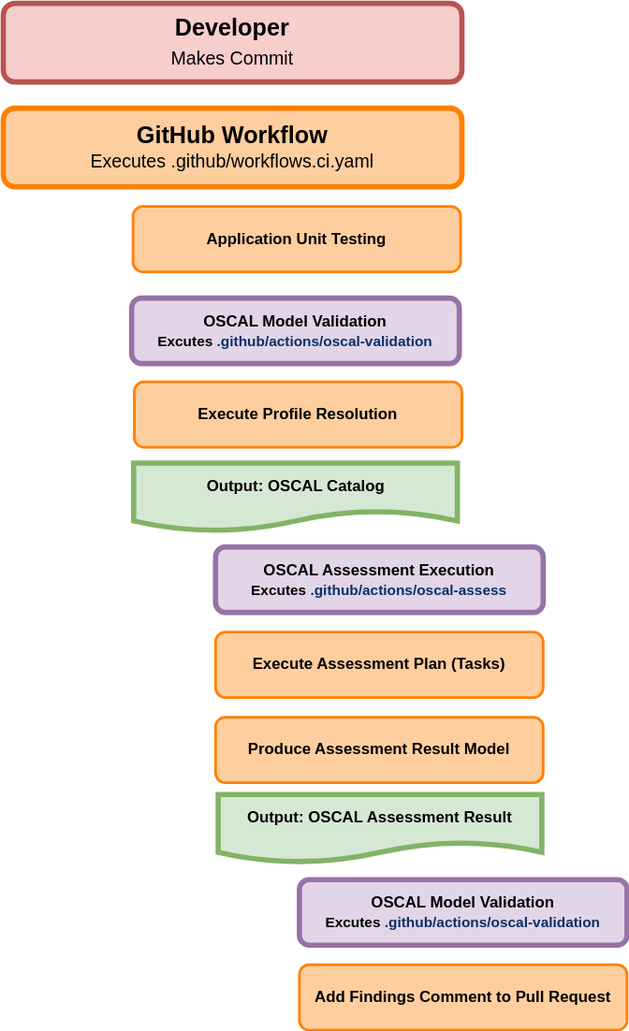
The draw.io diagram docs/diagrams/Concept.drawio.svg in usnistgov/blossom-case-study, before a commit. Source tidied: cells renumbered, new cells last; positions are measured from the earlier drawing's top-left corner, leaving out a move shared by most shapes.
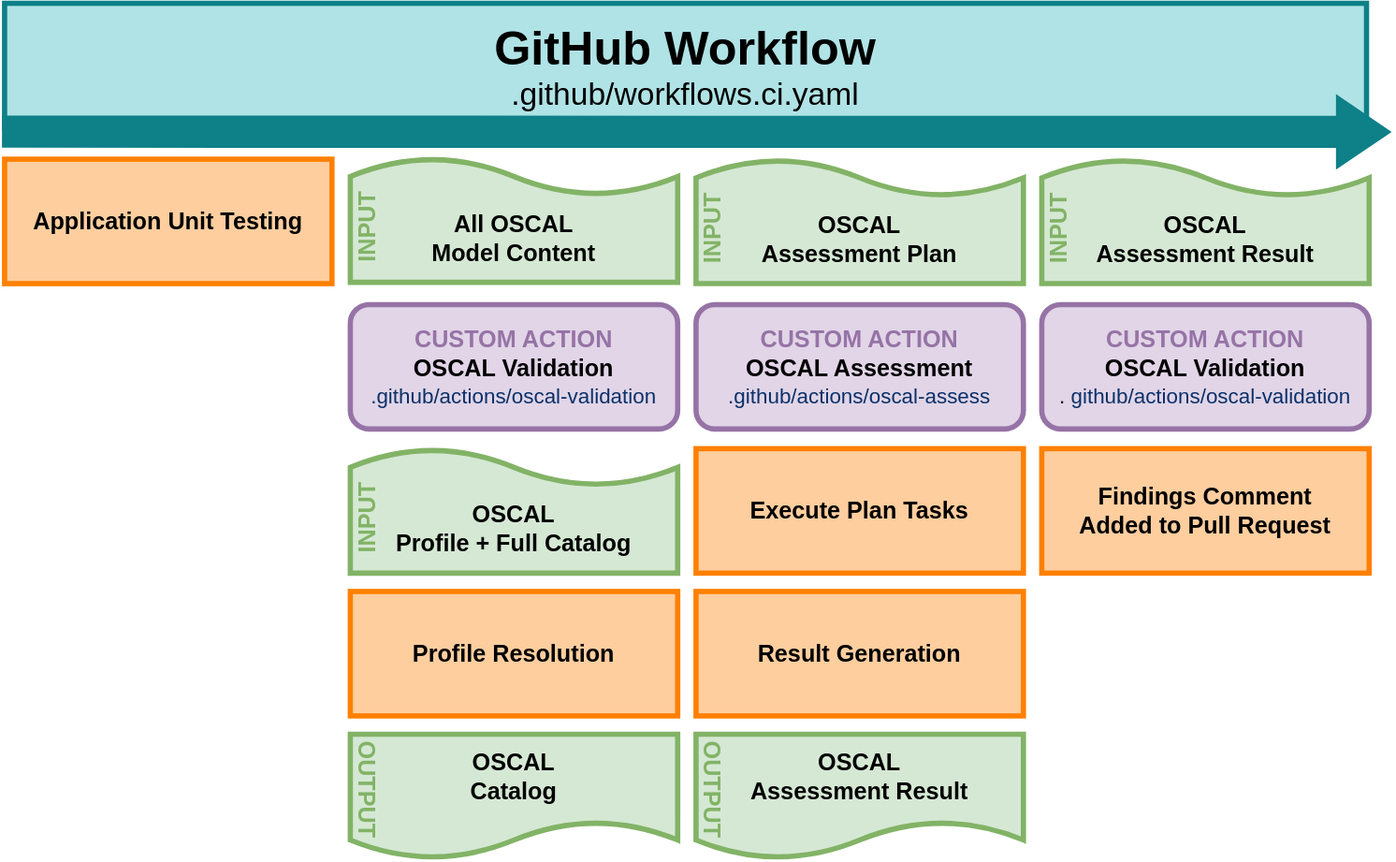
After the change.

Commit message:
Update README and Concept Diagram

What changed in the source:
```diff
@@ -2,41 +2,92 @@
   <root>
     <mxCell id="0" />
     <mxCell id="1" parent="0" />
-    <mxCell id="2" value="&lt;font&gt;&lt;b style=&quot;font-size: 18px&quot;&gt;Developer &lt;/b&gt;&lt;br&gt;&lt;font style=&quot;font-size: 14px&quot;&gt;Makes Commit&lt;/font&gt;&lt;/font&gt;" style="rounded=1;whiteSpace=wrap;html=1;fillColor=#f8cecc;strokeColor=#b85450;strokeWidth=4;fontSize=18;fontColor=#000000;" parent="1" vertex="1">
-      <mxGeometry width="350" height="60" as="geometry" />
-    </mxCell>
-    <mxCell id="3" value="&lt;font&gt;&lt;b&gt;&lt;font style=&quot;font-size: 18px&quot;&gt;GitHub Workflow&lt;/font&gt;&lt;/b&gt;&lt;br&gt;Executes .github/workflows.ci.yaml&lt;br&gt;&lt;/font&gt;" style="rounded=1;whiteSpace=wrap;html=1;fillColor=#FFCE9F;strokeColor=#FF8000;strokeWidth=4;fontSize=14;fontColor=#000000;" parent="1" vertex="1">
-      <mxGeometry y="80" width="350" height="60" as="geometry" />
+    <mxCell id="3" value="&lt;font&gt;&lt;font&gt;&lt;b&gt;&lt;font style=&quot;font-size: 36px&quot;&gt;GitHub Workflow&lt;/font&gt;&lt;br&gt;&lt;/b&gt;&lt;/font&gt;&lt;font style=&quot;font-size: 24px&quot;&gt;.github/workflows.ci.yaml&lt;/font&gt;&lt;br&gt;&lt;/font&gt;" style="rounded=0;whiteSpace=wrap;html=1;fillColor=#b0e3e6;strokeColor=#0e8088;strokeWidth=4;fontSize=12;fontColor=#000000;" parent="1" vertex="1">
+      <mxGeometry x="-233" y="45" width="1040" height="95" as="geometry" />
     </mxCell>
-    <mxCell id="4" value="&lt;b style=&quot;font-size: 12px;&quot;&gt;Application Unit Testing&lt;/b&gt;" style="rounded=1;whiteSpace=wrap;html=1;fillColor=#FFCE9F;strokeColor=#FF8000;strokeWidth=2;fontSize=12;fontColor=#000000;flipV=1;" parent="1" vertex="1">
-      <mxGeometry x="99" y="155" width="250" height="50" as="geometry" />
+    <mxCell id="4" value="&lt;b style=&quot;font-size: 18px;&quot;&gt;Application Unit Testing&lt;/b&gt;" style="rounded=0;whiteSpace=wrap;html=1;fillColor=#FFCE9F;strokeColor=#FF8000;strokeWidth=4;fontSize=18;fontColor=#000000;flipV=1;" parent="1" vertex="1">
+      <mxGeometry x="-233" y="164" width="250" height="95" as="geometry" />
     </mxCell>
-    <mxCell id="5" value="&lt;b style=&quot;font-size: 12px&quot;&gt;OSCAL Model Validation&lt;/b&gt;&lt;br&gt;&lt;b style=&quot;font-size: 11px&quot;&gt;&lt;span style=&quot;font-size: 11px&quot;&gt;Excutes&lt;/span&gt;&lt;font style=&quot;font-size: 11px&quot;&gt;&amp;nbsp;&lt;/font&gt;&lt;/b&gt;&lt;span style=&quot;color: rgb(10 , 48 , 105) ; font-family: , , &amp;#34;sf mono&amp;#34; , &amp;#34;menlo&amp;#34; , &amp;#34;consolas&amp;#34; , &amp;#34;liberation mono&amp;#34; , monospace ; font-size: 11px&quot;&gt;&lt;b&gt;&lt;font style=&quot;font-size: 11px&quot;&gt;.github/actions/oscal-validation&lt;/font&gt;&lt;/b&gt;&lt;/span&gt;&lt;span style=&quot;font-size: 12px&quot;&gt;&lt;b style=&quot;font-size: 12px&quot;&gt;&lt;br&gt;&lt;/b&gt;&lt;/span&gt;" style="rounded=1;whiteSpace=wrap;html=1;fillColor=#e1d5e7;strokeColor=#9673a6;strokeWidth=4;fontSize=12;fontColor=#000000;flipV=0;" parent="1" vertex="1">
-      <mxGeometry x="98" y="225" width="250" height="50" as="geometry" />
+    <mxCell id="5" value="&lt;b&gt;&lt;font style=&quot;font-size: 18px&quot;&gt;&lt;font color=&quot;#9673a6&quot;&gt;CUSTOM ACTION&lt;/font&gt;&lt;br&gt;OSCAL Validation&lt;/font&gt;&lt;/b&gt;&lt;br&gt;&lt;span style=&quot;color: rgb(10 , 48 , 105)&quot;&gt;&lt;font style=&quot;font-size: 16px&quot;&gt;.github/actions/oscal-validation&lt;/font&gt;&lt;/span&gt;&lt;span style=&quot;font-size: 12px&quot;&gt;&lt;b style=&quot;font-size: 12px&quot;&gt;&lt;br&gt;&lt;/b&gt;&lt;/span&gt;" style="rounded=1;whiteSpace=wrap;html=1;fillColor=#e1d5e7;strokeColor=#9673a6;strokeWidth=4;fontSize=12;fontColor=#000000;flipV=0;perimeterSpacing=0;shadow=0;" parent="1" vertex="1">
+      <mxGeometry x="31" y="275" width="250" height="95" as="geometry" />
     </mxCell>
-    <mxCell id="6" value="&lt;span style=&quot;font-size: 12px&quot;&gt;&lt;b style=&quot;font-size: 12px&quot;&gt;Execute Assessment Plan (Tasks)&lt;br&gt;&lt;/b&gt;&lt;/span&gt;" style="rounded=1;whiteSpace=wrap;html=1;fillColor=#FFCE9F;strokeColor=#FF8000;strokeWidth=2;fontSize=12;fontColor=#000000;flipV=0;" parent="1" vertex="1">
-      <mxGeometry x="162" y="480" width="250" height="50" as="geometry" />
+    <mxCell id="6" value="&lt;span style=&quot;font-size: 18px&quot;&gt;&lt;b style=&quot;font-size: 18px&quot;&gt;Execute Plan Tasks&lt;br style=&quot;font-size: 18px&quot;&gt;&lt;/b&gt;&lt;/span&gt;" style="rounded=0;whiteSpace=wrap;html=1;fillColor=#FFCE9F;strokeColor=#FF8000;strokeWidth=4;fontSize=18;fontColor=#000000;flipV=0;" parent="1" vertex="1">
+      <mxGeometry x="295" y="385" width="250" height="95" as="geometry" />
     </mxCell>
-    <mxCell id="7" value="&lt;span style=&quot;font-size: 12px&quot;&gt;&lt;b style=&quot;font-size: 12px&quot;&gt;Produce Assessment Result Model&lt;/b&gt;&lt;/span&gt;" style="rounded=1;whiteSpace=wrap;html=1;fillColor=#FFCE9F;strokeColor=#FF8000;strokeWidth=2;fontSize=12;fontColor=#000000;flipV=0;" parent="1" vertex="1">
-      <mxGeometry x="162" y="545" width="250" height="50" as="geometry" />
+    <mxCell id="7" value="&lt;span style=&quot;font-size: 18px&quot;&gt;&lt;b style=&quot;font-size: 18px&quot;&gt;Result Generation&lt;/b&gt;&lt;/span&gt;" style="rounded=0;whiteSpace=wrap;html=1;fillColor=#FFCE9F;strokeColor=#FF8000;strokeWidth=4;fontSize=18;fontColor=#000000;flipV=0;" parent="1" vertex="1">
+      <mxGeometry x="295" y="494" width="250" height="95" as="geometry" />
     </mxCell>
-    <mxCell id="8" value="&lt;font style=&quot;font-size: 12px&quot;&gt;Output: OSCAL Assessment Result&lt;/font&gt;" style="shape=document;whiteSpace=wrap;html=1;boundedLbl=1;fontSize=12;strokeWidth=4;fontStyle=1;fillColor=#d5e8d4;strokeColor=#82b366;fontColor=#000000;rounded=1;flipV=0;" parent="1" vertex="1">
-      <mxGeometry x="164" y="604" width="247" height="52" as="geometry" />
-    </mxCell>
-    <mxCell id="9" value="&lt;b style=&quot;font-size: 12px&quot;&gt;OSCAL Assessment Execution&lt;/b&gt;&lt;br&gt;&lt;b style=&quot;font-size: 11px&quot;&gt;&lt;span style=&quot;font-size: 11px&quot;&gt;Excutes&lt;/span&gt;&lt;font style=&quot;font-size: 11px&quot;&gt;&amp;nbsp;&lt;/font&gt;&lt;/b&gt;&lt;span style=&quot;color: rgb(10 , 48 , 105) ; font-family: , , &amp;#34;sf mono&amp;#34; , &amp;#34;menlo&amp;#34; , &amp;#34;consolas&amp;#34; , &amp;#34;liberation mono&amp;#34; , monospace ; font-size: 11px&quot;&gt;&lt;b&gt;&lt;font style=&quot;font-size: 11px&quot;&gt;.github/actions/oscal-assess&lt;/font&gt;&lt;/b&gt;&lt;/span&gt;&lt;span style=&quot;font-size: 12px&quot;&gt;&lt;b style=&quot;font-size: 12px&quot;&gt;&lt;br&gt;&lt;/b&gt;&lt;/span&gt;" style="rounded=1;whiteSpace=wrap;html=1;fillColor=#e1d5e7;strokeColor=#9673a6;strokeWidth=4;fontSize=12;fontColor=#000000;flipV=0;" parent="1" vertex="1">
-      <mxGeometry x="162" y="415" width="250" height="50" as="geometry" />
+    <mxCell id="9" value="&lt;b&gt;&lt;font style=&quot;font-size: 18px&quot;&gt;&lt;font color=&quot;#9673a6&quot;&gt;CUSTOM ACTION&lt;/font&gt;&lt;br&gt;&lt;/font&gt;&lt;/b&gt;&lt;b&gt;&lt;font style=&quot;font-size: 18px&quot;&gt;OSCAL Assessment&amp;nbsp;&lt;/font&gt;&lt;/b&gt;&lt;br&gt;&lt;span style=&quot;color: rgb(10 , 48 , 105)&quot;&gt;&lt;font style=&quot;font-size: 16px&quot;&gt;.github/actions/oscal-assess&lt;/font&gt;&lt;/span&gt;&lt;span style=&quot;font-size: 12px&quot;&gt;&lt;b style=&quot;font-size: 12px&quot;&gt;&lt;br&gt;&lt;/b&gt;&lt;/span&gt;" style="rounded=1;whiteSpace=wrap;html=1;fillColor=#e1d5e7;strokeColor=#9673a6;strokeWidth=4;fontSize=12;fontColor=#000000;flipV=0;perimeterSpacing=0;shadow=0;" parent="1" vertex="1">
+      <mxGeometry x="295" y="275" width="250" height="95" as="geometry" />
     </mxCell>
-    <mxCell id="10" value="&lt;span style=&quot;font-size: 12px&quot;&gt;&lt;span style=&quot;font-size: 12px&quot;&gt;&lt;b&gt;Execute Profile Resolution&lt;/b&gt;&lt;br&gt;&lt;/span&gt;&lt;/span&gt;" style="rounded=1;whiteSpace=wrap;html=1;fillColor=#FFCE9F;strokeColor=#FF8000;strokeWidth=2;fontSize=12;fontColor=#000000;flipV=0;" parent="1" vertex="1">
-      <mxGeometry x="100" y="289" width="250" height="50" as="geometry" />
+    <mxCell id="10" value="&lt;span style=&quot;font-size: 18px&quot;&gt;&lt;span style=&quot;font-size: 18px&quot;&gt;&lt;b style=&quot;font-size: 18px&quot;&gt;Profile Resolution&lt;/b&gt;&lt;br style=&quot;font-size: 18px&quot;&gt;&lt;/span&gt;&lt;/span&gt;" style="rounded=0;whiteSpace=wrap;html=1;fillColor=#FFCE9F;strokeColor=#FF8000;strokeWidth=4;fontSize=18;fontColor=#000000;flipV=0;" parent="1" vertex="1">
+      <mxGeometry x="31" y="494" width="250" height="95" as="geometry" />
     </mxCell>
-    <mxCell id="11" value="&lt;b style=&quot;font-size: 12px&quot;&gt;OSCAL Model Validation&lt;/b&gt;&lt;br&gt;&lt;b style=&quot;font-size: 11px&quot;&gt;&lt;span style=&quot;font-size: 11px&quot;&gt;Excutes&lt;/span&gt;&lt;font style=&quot;font-size: 11px&quot;&gt;&amp;nbsp;&lt;/font&gt;&lt;/b&gt;&lt;span style=&quot;color: rgb(10 , 48 , 105) ; font-family: , , &amp;#34;sf mono&amp;#34; , &amp;#34;menlo&amp;#34; , &amp;#34;consolas&amp;#34; , &amp;#34;liberation mono&amp;#34; , monospace ; font-size: 11px&quot;&gt;&lt;b&gt;&lt;font style=&quot;font-size: 11px&quot;&gt;.github/actions/oscal-validation&lt;/font&gt;&lt;/b&gt;&lt;/span&gt;&lt;span style=&quot;font-size: 12px&quot;&gt;&lt;b style=&quot;font-size: 12px&quot;&gt;&lt;br&gt;&lt;/b&gt;&lt;/span&gt;" style="rounded=1;whiteSpace=wrap;html=1;fillColor=#e1d5e7;strokeColor=#9673a6;strokeWidth=4;fontSize=12;fontColor=#000000;flipV=0;" parent="1" vertex="1">
-      <mxGeometry x="226" y="669" width="250" height="50" as="geometry" />
+    <mxCell id="11" value="&lt;b&gt;&lt;font style=&quot;font-size: 18px&quot; color=&quot;#9673a6&quot;&gt;CUSTOM ACTION&lt;/font&gt;&lt;/b&gt;&lt;b&gt;&lt;font style=&quot;font-size: 18px&quot;&gt;&lt;br&gt;OSCAL Validation&lt;/font&gt;&lt;/b&gt;&lt;br&gt;&lt;span style=&quot;font-size: 11px&quot;&gt;&lt;span style=&quot;font-size: 16px&quot;&gt;&lt;font style=&quot;font-size: 16px&quot;&gt;.&lt;font color=&quot;#0a3069&quot; style=&quot;font-size: 16px&quot;&gt;github/actions/oscal-validation&lt;/font&gt;&lt;/font&gt;&lt;/span&gt;&lt;/span&gt;&lt;span style=&quot;font-size: 12px&quot;&gt;&lt;b style=&quot;font-size: 12px&quot;&gt;&lt;br&gt;&lt;/b&gt;&lt;/span&gt;" style="rounded=1;whiteSpace=wrap;html=1;fillColor=#e1d5e7;strokeColor=#9673a6;strokeWidth=4;fontSize=12;fontColor=#000000;flipV=0;perimeterSpacing=0;shadow=0;" parent="1" vertex="1">
+      <mxGeometry x="559" y="275" width="250" height="95" as="geometry" />
     </mxCell>
-    <mxCell id="12" value="&lt;span style=&quot;font-size: 12px&quot;&gt;&lt;b style=&quot;font-size: 12px&quot;&gt;Add Findings Comment to Pull Request&lt;br&gt;&lt;/b&gt;&lt;/span&gt;" style="rounded=1;whiteSpace=wrap;html=1;fillColor=#FFCE9F;strokeColor=#FF8000;strokeWidth=2;fontSize=12;fontColor=#000000;flipV=0;" parent="1" vertex="1">
-      <mxGeometry x="226" y="734" width="250" height="50" as="geometry" />
+    <mxCell id="12" value="&lt;span style=&quot;font-size: 18px&quot;&gt;&lt;b style=&quot;font-size: 18px&quot;&gt;Findings Comment &lt;br&gt;Added to Pull Request&lt;br style=&quot;font-size: 18px&quot;&gt;&lt;/b&gt;&lt;/span&gt;" style="rounded=0;whiteSpace=wrap;html=1;fillColor=#FFCE9F;strokeColor=#FF8000;strokeWidth=4;fontSize=18;fontColor=#000000;flipV=0;" parent="1" vertex="1">
+      <mxGeometry x="559" y="385" width="250" height="95" as="geometry" />
     </mxCell>
-    <mxCell id="13" value="&lt;font style=&quot;font-size: 12px&quot;&gt;Output: OSCAL Catalog&lt;/font&gt;" style="shape=document;whiteSpace=wrap;html=1;boundedLbl=1;fontSize=12;strokeWidth=4;fontStyle=1;fillColor=#d5e8d4;strokeColor=#82b366;fontColor=#000000;rounded=1;flipV=0;" parent="1" vertex="1">
-      <mxGeometry x="99.5" y="351" width="247" height="52" as="geometry" />
-    </mxCell>
+    <mxCell id="14" style="group;" parent="1" vertex="1">
+      <mxGeometry x="295" y="603" width="250" height="95" as="geometry" />
+    </mxCell>
+    <mxCell id="8" value="&lt;font style=&quot;font-size: 18px&quot;&gt;OSCAL&lt;br&gt;Assessment Result&lt;/font&gt;" style="shape=document;whiteSpace=wrap;html=1;boundedLbl=1;fontSize=18;strokeWidth=4;fontStyle=1;fillColor=#d5e8d4;strokeColor=#82b366;fontColor=#000000;rounded=1;flipV=0;" parent="14" vertex="1">
+      <mxGeometry width="250" height="95" as="geometry" />
+    </mxCell>
+    <mxCell id="15" value="OUTPUT" style="text;html=1;align=center;verticalAlign=middle;strokeColor=none;fillColor=none;fontSize=18;fontColor=#82B366;fontStyle=1;rotation=90;" parent="14" vertex="1">
+      <mxGeometry x="-29.4" y="28.7" width="84" height="26" as="geometry" />
+    </mxCell>
+    <mxCell id="16" style="group;" parent="1" vertex="1">
+      <mxGeometry x="31" y="603" width="250" height="95" as="geometry" />
+    </mxCell>
+    <mxCell id="17" value="&lt;font style=&quot;font-size: 18px&quot;&gt;OSCAL&lt;br&gt;Catalog&lt;/font&gt;" style="shape=document;whiteSpace=wrap;html=1;boundedLbl=1;fontSize=18;strokeWidth=4;fontStyle=1;fillColor=#d5e8d4;strokeColor=#82b366;fontColor=#000000;rounded=1;flipV=0;" parent="16" vertex="1">
+      <mxGeometry width="250" height="95" as="geometry" />
+    </mxCell>
+    <mxCell id="18" value="OUTPUT" style="text;html=1;align=center;verticalAlign=middle;strokeColor=none;fillColor=none;fontSize=18;fontColor=#82B366;fontStyle=1;rotation=90;" parent="16" vertex="1">
+      <mxGeometry x="-29.4" y="28.7" width="84" height="26" as="geometry" />
+    </mxCell>
+    <mxCell id="19" style="group;flipV=1;" parent="1" vertex="1">
+      <mxGeometry x="31" y="163" width="250" height="95" as="geometry" />
+    </mxCell>
+    <mxCell id="20" value="&lt;font style=&quot;font-size: 18px&quot;&gt;All OSCAL&lt;br&gt;Model Content&lt;/font&gt;" style="shape=document;whiteSpace=wrap;html=1;boundedLbl=1;fontSize=18;strokeWidth=4;fontStyle=1;fillColor=#d5e8d4;strokeColor=#82b366;fontColor=#000000;rounded=1;flipV=1;" parent="19" vertex="1">
+      <mxGeometry width="250" height="95" as="geometry" />
+    </mxCell>
+    <mxCell id="21" value="INPUT" style="text;html=1;align=center;verticalAlign=middle;strokeColor=none;fillColor=none;fontSize=18;fontColor=#82B366;fontStyle=1;rotation=-90;" parent="19" vertex="1">
+      <mxGeometry x="-19.2" y="40.6" width="64" height="26" as="geometry" />
+    </mxCell>
+    <mxCell id="22" style="group;flipV=1;" parent="1" vertex="1">
+      <mxGeometry x="559" y="164" width="250" height="95" as="geometry" />
+    </mxCell>
+    <mxCell id="23" value="OSCAL &lt;br&gt;Assessment Result" style="shape=document;whiteSpace=wrap;html=1;boundedLbl=1;fontSize=18;strokeWidth=4;fontStyle=1;fillColor=#d5e8d4;strokeColor=#82b366;fontColor=#000000;rounded=1;flipV=1;" parent="22" vertex="1">
+      <mxGeometry width="250" height="95" as="geometry" />
+    </mxCell>
+    <mxCell id="24" value="INPUT" style="text;html=1;align=center;verticalAlign=middle;strokeColor=none;fillColor=none;fontSize=18;fontColor=#82B366;fontStyle=1;rotation=-90;" parent="22" vertex="1">
+      <mxGeometry x="-19.2" y="40.6" width="64" height="26" as="geometry" />
+    </mxCell>
+    <mxCell id="25" style="group;flipV=1;" parent="1" vertex="1">
+      <mxGeometry x="295" y="164" width="250" height="95" as="geometry" />
+    </mxCell>
+    <mxCell id="26" value="OSCAL &lt;br&gt;Assessment Plan" style="shape=document;whiteSpace=wrap;html=1;boundedLbl=1;fontSize=18;strokeWidth=4;fontStyle=1;fillColor=#d5e8d4;strokeColor=#82b366;fontColor=#000000;rounded=1;flipV=1;" parent="25" vertex="1">
+      <mxGeometry width="250" height="95" as="geometry" />
+    </mxCell>
+    <mxCell id="27" value="INPUT" style="text;html=1;align=center;verticalAlign=middle;strokeColor=none;fillColor=none;fontSize=18;fontColor=#82B366;fontStyle=1;rotation=-90;" parent="25" vertex="1">
+      <mxGeometry x="-19.2" y="40.6" width="64" height="26" as="geometry" />
+    </mxCell>
+    <mxCell id="28" style="group;flipV=1;" parent="1" vertex="1">
+      <mxGeometry x="31" y="385" width="250" height="95" as="geometry" />
+    </mxCell>
+    <mxCell id="29" value="OSCAL&lt;br&gt;Profile + Full Catalog" style="shape=document;whiteSpace=wrap;html=1;boundedLbl=1;fontSize=18;strokeWidth=4;fontStyle=1;fillColor=#d5e8d4;strokeColor=#82b366;fontColor=#000000;rounded=1;flipV=1;" parent="28" vertex="1">
+      <mxGeometry width="250" height="95" as="geometry" />
+    </mxCell>
+    <mxCell id="30" value="INPUT" style="text;html=1;align=center;verticalAlign=middle;strokeColor=none;fillColor=none;fontSize=18;fontColor=#82B366;fontStyle=1;rotation=-90;" parent="28" vertex="1">
+      <mxGeometry x="-19.2" y="40.6" width="64" height="26" as="geometry" />
+    </mxCell>
+    <mxCell id="31" style="shape=flexArrow;endArrow=classic;html=1;rounded=1;fontSize=12;fillColor=#0E8088;strokeColor=none;strokeWidth=4;endWidth=29.23076923076923;endSize=12.846153846153845;width=21.538461538461537;entryX=0.98;entryY=1.023;entryDx=0;entryDy=0;entryPerimeter=0;fontColor=#000000;" parent="1" edge="1">
+      <mxGeometry relative="1" as="geometry">
+        <mxPoint x="-237" y="143" as="sourcePoint" />
+        <mxPoint x="828.2" y="143.2" as="targetPoint" />
+      </mxGeometry>
+    </mxCell>
   </root>
 </mxGraphModel>
```
